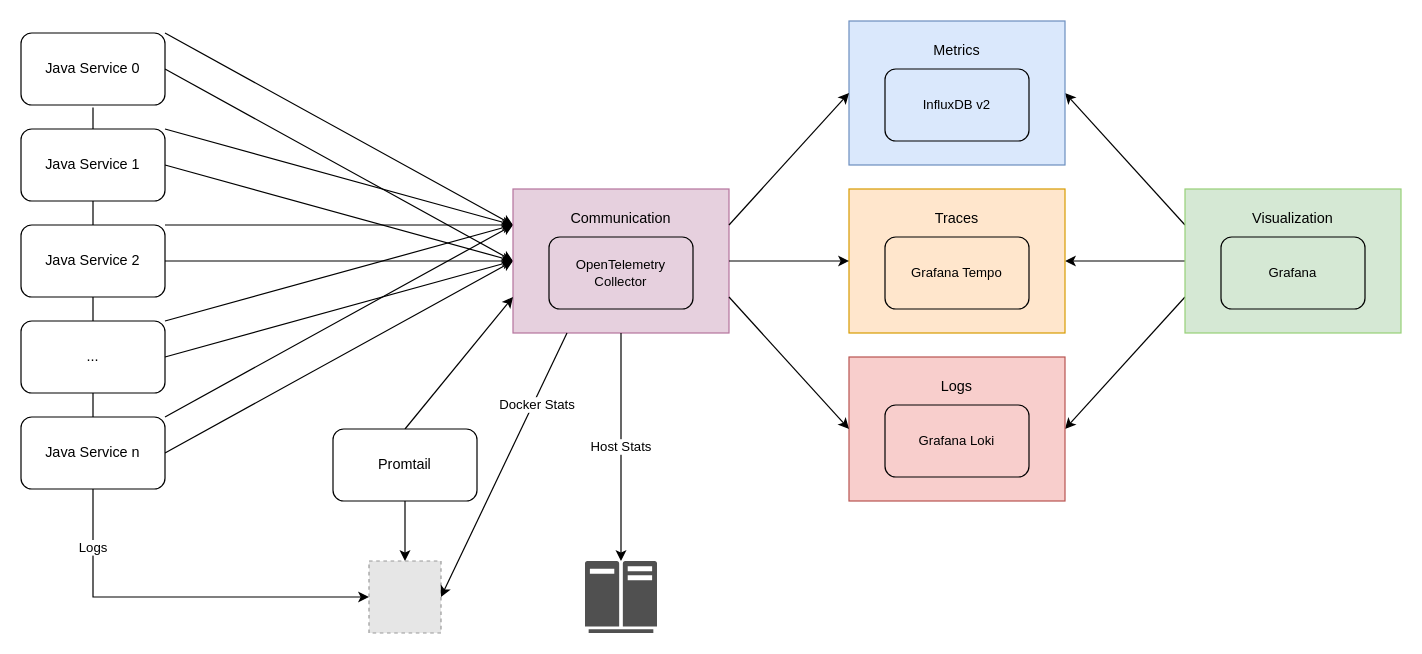
Above: architecture-observability-final.drawio in nastye/drawio-diagrams (draw.io), before the change. Source tidied: cells renumbered, new cells numbered last; positions are measured from the earlier drawing's top-left corner, leaving out a move shared by most shapes. Both pictures are drawn from the tidied source at 120%, with x=0, y=0 at pixel (20, 20). Pictures stored in the file or linked from it are replaced by grey dashed boxes.
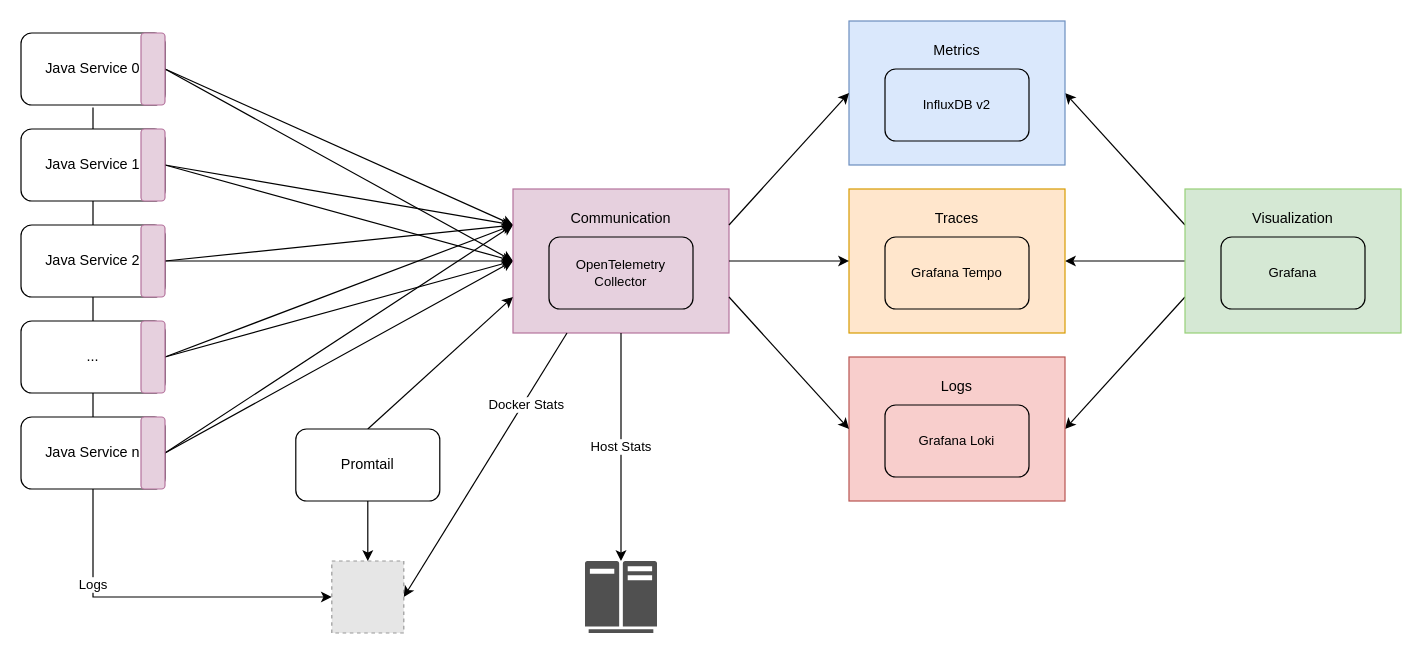
Above is the later version.

Unchanged cells that the change refers to:
```xml
<mxCell id="9" value="&lt;div&gt;Java Service 0&lt;br&gt;&lt;/div&gt;" style="rounded=1;whiteSpace=wrap;html=1;" parent="1" vertex="1">
  <mxGeometry y="10" width="120" height="60" as="geometry" />
</mxCell>
<mxCell id="12" value="Java Service 1" style="rounded=1;whiteSpace=wrap;html=1;" parent="1" vertex="1">
  <mxGeometry y="90" width="120" height="60" as="geometry" />
</mxCell>
<mxCell id="15" value="&lt;div&gt;Java Service 2&lt;/div&gt;" style="rounded=1;whiteSpace=wrap;html=1;" parent="1" vertex="1">
  <mxGeometry y="170" width="120" height="60" as="geometry" />
</mxCell>
<mxCell id="18" value="..." style="rounded=1;whiteSpace=wrap;html=1;" parent="1" vertex="1">
  <mxGeometry y="250" width="120" height="60" as="geometry" />
</mxCell>
<mxCell id="21" value="&lt;div&gt;Java Service n&lt;br&gt;&lt;/div&gt;" style="rounded=1;whiteSpace=wrap;html=1;" parent="1" vertex="1">
  <mxGeometry y="330" width="120" height="60" as="geometry" />
</mxCell>
<mxCell id="34" style="rounded=0;whiteSpace=wrap;html=1;fillColor=#E6D0DE;strokeColor=#B5739D;" parent="33" vertex="1">
  <mxGeometry width="180" height="120" as="geometry" />
</mxCell>
```

Change to the diagram source:
```diff
@@
     <mxCell id="2" value="Logs" style="endArrow=classic;html=1;rounded=0;exitX=0.5;exitY=1;exitDx=0;exitDy=0;edgeStyle=orthogonalEdgeStyle;entryX=0;entryY=0.5;entryDx=0;entryDy=0;" parent="1" edge="1" target="40">
-      <mxGeometry x="0.15" relative="1" as="geometry">
+      <mxGeometry x="0.31" relative="1" as="geometry">
         <mxPoint x="60" y="72" as="sourcePoint" />
         <Array as="points">
           <mxPoint x="60" y="480" />
         </Array>
       </mxGeometry>
     </mxCell>
@@
-    <mxCell id="7" style="rounded=0;jettySize=auto;html=1;exitX=1;exitY=0;exitDx=0;exitDy=0;startArrow=none;startFill=0;endArrow=classic;endFill=1;entryX=0;entryY=0.25;entryDx=0;entryDy=0;" parent="1" edge="1" source="9" target="34">
+    <mxCell id="7" style="rounded=0;jettySize=auto;html=1;exitX=1;exitY=0.5;exitDx=0;exitDy=0;startArrow=none;startFill=0;endArrow=classic;endFill=1;entryX=0;entryY=0.25;entryDx=0;entryDy=0;" parent="1" edge="1" source="9" target="34">
       <mxGeometry relative="1" as="geometry" />
     </mxCell>
@@
-    <mxCell id="10" style="edgeStyle=none;shape=connector;rounded=0;jettySize=auto;html=1;exitX=1;exitY=0;exitDx=0;exitDy=0;labelBackgroundColor=default;strokeColor=default;align=center;verticalAlign=middle;fontFamily=Helvetica;fontSize=11;fontColor=default;endArrow=classic;entryX=0;entryY=0.25;entryDx=0;entryDy=0;" parent="1" edge="1" source="12" target="34">
+    <mxCell id="10" style="edgeStyle=none;shape=connector;rounded=0;jettySize=auto;html=1;exitX=1;exitY=0.5;exitDx=0;exitDy=0;labelBackgroundColor=default;strokeColor=default;align=center;verticalAlign=middle;fontFamily=Helvetica;fontSize=11;fontColor=default;endArrow=classic;entryX=0;entryY=0.25;entryDx=0;entryDy=0;" parent="1" edge="1" source="12" target="34">
       <mxGeometry relative="1" as="geometry" />
     </mxCell>
@@
-    <mxCell id="13" style="edgeStyle=none;shape=connector;rounded=0;jettySize=auto;html=1;exitX=1;exitY=0;exitDx=0;exitDy=0;labelBackgroundColor=default;strokeColor=default;align=center;verticalAlign=middle;fontFamily=Helvetica;fontSize=11;fontColor=default;endArrow=classic;entryX=0;entryY=0.25;entryDx=0;entryDy=0;" parent="1" edge="1" source="15" target="34">
+    <mxCell id="13" style="edgeStyle=none;shape=connector;rounded=0;jettySize=auto;html=1;exitX=1;exitY=0.5;exitDx=0;exitDy=0;labelBackgroundColor=default;strokeColor=default;align=center;verticalAlign=middle;fontFamily=Helvetica;fontSize=11;fontColor=default;endArrow=classic;entryX=0;entryY=0.25;entryDx=0;entryDy=0;" parent="1" edge="1" source="15" target="34">
       <mxGeometry relative="1" as="geometry" />
     </mxCell>
@@
-    <mxCell id="16" style="edgeStyle=none;shape=connector;rounded=0;jettySize=auto;html=1;exitX=1;exitY=0;exitDx=0;exitDy=0;entryX=0;entryY=0.25;entryDx=0;entryDy=0;labelBackgroundColor=default;strokeColor=default;align=center;verticalAlign=middle;fontFamily=Helvetica;fontSize=11;fontColor=default;endArrow=classic;" parent="1" edge="1" source="18" target="34">
+    <mxCell id="16" style="edgeStyle=none;shape=connector;rounded=0;jettySize=auto;html=1;exitX=1;exitY=0.5;exitDx=0;exitDy=0;entryX=0;entryY=0.25;entryDx=0;entryDy=0;labelBackgroundColor=default;strokeColor=default;align=center;verticalAlign=middle;fontFamily=Helvetica;fontSize=11;fontColor=default;endArrow=classic;" parent="1" edge="1" source="18" target="34">
       <mxGeometry relative="1" as="geometry" />
     </mxCell>
@@
-    <mxCell id="19" style="edgeStyle=none;shape=connector;rounded=0;jettySize=auto;html=1;exitX=1;exitY=0;exitDx=0;exitDy=0;labelBackgroundColor=default;strokeColor=default;align=center;verticalAlign=middle;fontFamily=Helvetica;fontSize=11;fontColor=default;endArrow=classic;entryX=0;entryY=0.25;entryDx=0;entryDy=0;" parent="1" edge="1" source="21" target="34">
+    <mxCell id="19" style="edgeStyle=none;shape=connector;rounded=0;jettySize=auto;html=1;exitX=1;exitY=0.5;exitDx=0;exitDy=0;labelBackgroundColor=default;strokeColor=default;align=center;verticalAlign=middle;fontFamily=Helvetica;fontSize=11;fontColor=default;endArrow=classic;entryX=0;entryY=0.25;entryDx=0;entryDy=0;" parent="1" edge="1" source="21" target="34">
       <mxGeometry relative="1" as="geometry" />
     </mxCell>
@@
     <mxCell id="40" style="fillColor=#E6E6E6;strokeColor=#999999;dashed=1;html=1;verticalAlign=top;verticalLabelPosition=bottom;labelBackgroundColor=#ffffff;" parent="1" vertex="1">
-      <mxGeometry x="290" y="450" width="60" height="60" as="geometry" />
+      <mxGeometry x="259" y="450" width="60" height="60" as="geometry" />
     </mxCell>
@@
     <mxCell id="45" value="Promtail" style="rounded=1;whiteSpace=wrap;html=1;" parent="1" vertex="1">
-      <mxGeometry x="260" y="340" width="120" height="60" as="geometry" />
+      <mxGeometry x="229" y="340" width="120" height="60" as="geometry" />
     </mxCell>
@@
+    <mxCell id="47" style="rounded=1;whiteSpace=wrap;html=1;strokeColor=#B5739D;fillColor=#E6D0DE;" parent="1" vertex="1">
+      <mxGeometry x="100" y="10" width="20" height="60" as="geometry" />
+    </mxCell>
+    <mxCell id="48" style="rounded=1;whiteSpace=wrap;html=1;strokeColor=#B5739D;fillColor=#E6D0DE;" parent="1" vertex="1">
+      <mxGeometry x="100" y="170" width="20" height="60" as="geometry" />
+    </mxCell>
+    <mxCell id="49" style="rounded=1;whiteSpace=wrap;html=1;strokeColor=#B5739D;fillColor=#E6D0DE;" parent="1" vertex="1">
+      <mxGeometry x="100" y="90" width="20" height="60" as="geometry" />
+    </mxCell>
+    <mxCell id="50" style="rounded=1;whiteSpace=wrap;html=1;strokeColor=#B5739D;fillColor=#E6D0DE;" parent="1" vertex="1">
+      <mxGeometry x="100" y="250" width="20" height="60" as="geometry" />
+    </mxCell>
+    <mxCell id="51" style="rounded=1;whiteSpace=wrap;html=1;strokeColor=#B5739D;fillColor=#E6D0DE;" parent="1" vertex="1">
+      <mxGeometry x="100" y="330" width="20" height="60" as="geometry" />
+    </mxCell>
```
